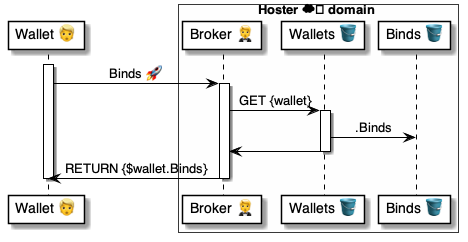
This is 4 ⚙️ Solution/20 🧑‍🦰 UI/Brokers 🤵/🤵🅰️ Broker methods/Binds 🔗 Binds 🧑‍🦰🚀🤵/🤵 Binds ⚙️ uml.png from pollyweb-org/pollyweb-docs, a PlantUML export, as it was before one commit. Its source is kept beside it as 4 ⚙️ Solution/20 🧑‍🦰 UI/Brokers 🤵/🤵🅰️ Broker methods/Binds 🔗 Binds 🧑‍🦰🚀🤵/🤵 Binds ⚙️ uml.puml.
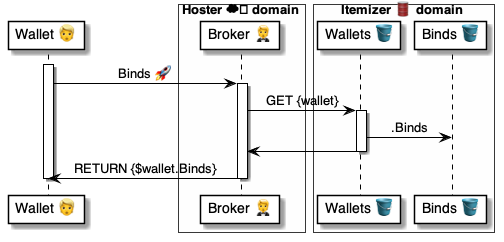
After the change.

The edit, as a diff of the source:
```diff
@@ -5,6 +5,8 @@
 
 box Hoster ☁️ domain #FFFFFA
     participant "Broker 🤵" as broker
+end box
+box Itemizer 🛢 domain #FFFFFA
     participant "Wallets 🪣" as wallets
     participant "Binds 🪣" as binds
 end box
```
